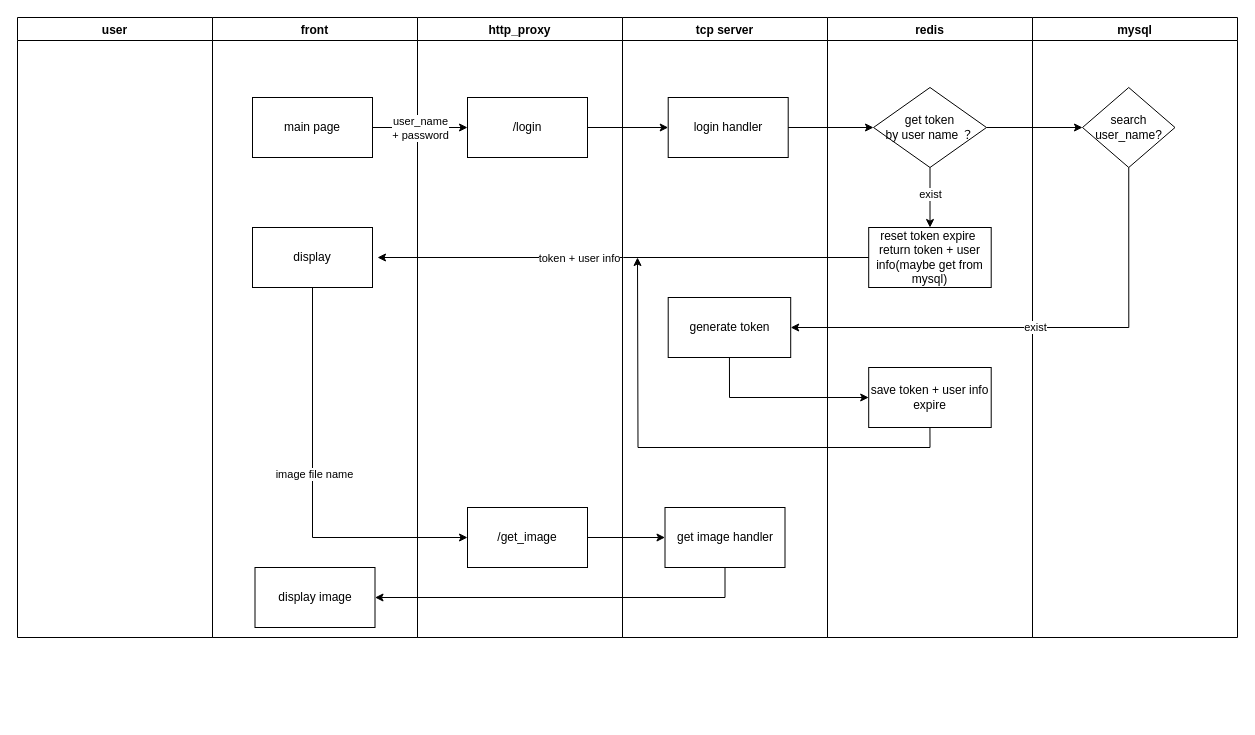
Before: network/loginflow.drawio in xiaobaiTech/image, a draw.io diagram. Source tidied: cells renumbered, new cells numbered last; positions are measured from the earlier drawing's top-left corner, leaving out a move shared by most shapes. Both pictures are drawn from the tidied source at 100%, with x=0, y=0 at pixel (17, 17).
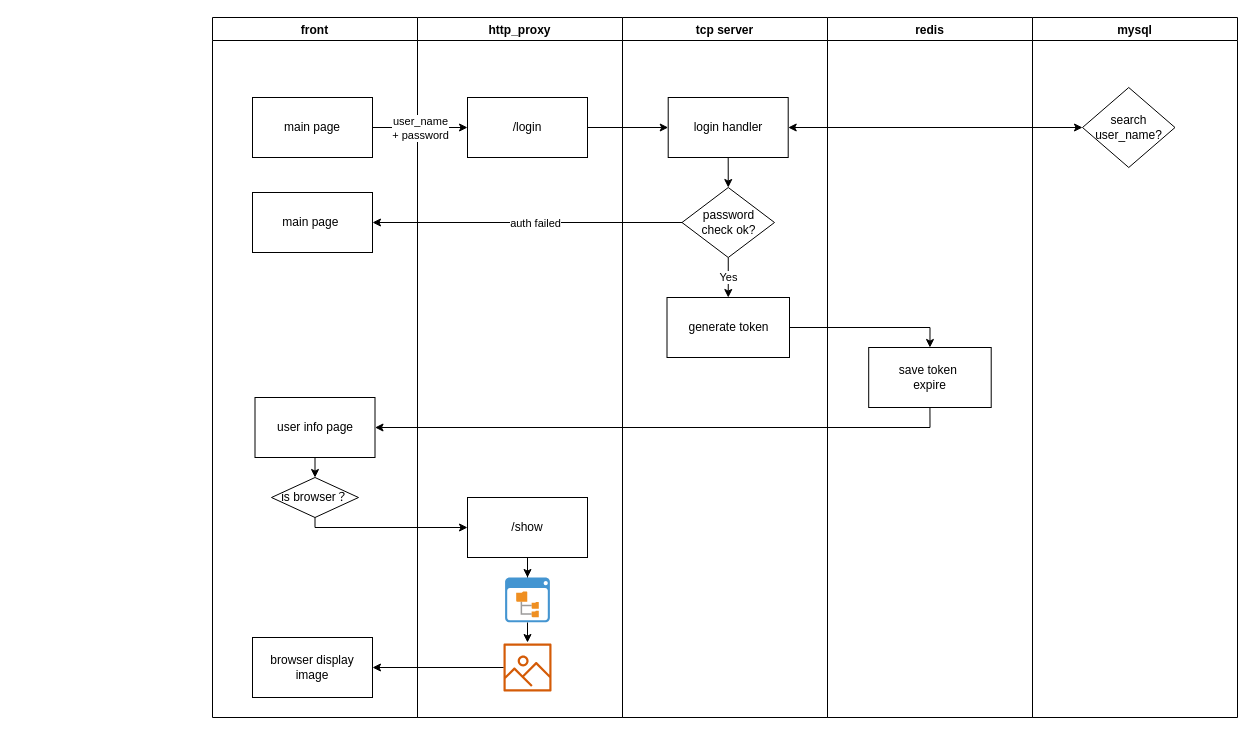
The same page after the edit.

Unchanged cells that the change refers to:
```xml
<mxCell id="11" value="login handler" style="rounded=0;whiteSpace=wrap;html=1;" parent="10" vertex="1">
  <mxGeometry x="45.7" y="80" width="120" height="60" as="geometry" />
</mxCell>
<mxCell id="21" value="search user_name?" style="rhombus;whiteSpace=wrap;html=1;" parent="20" vertex="1">
  <mxGeometry x="50" y="70" width="92.5" height="80" as="geometry" />
</mxCell>
```

What changed in the source:
```diff
@@
-    <mxCell id="2" value="user" style="swimlane;" parent="1" vertex="1">
-      <mxGeometry width="195" height="620" as="geometry" />
-    </mxCell>
     <mxCell id="3" value="front" style="swimlane;" parent="1" vertex="1">
-      <mxGeometry x="195" width="205" height="620" as="geometry" />
+      <mxGeometry x="195" width="205" height="700" as="geometry" />
     </mxCell>
@@
-    <mxCell id="5" value="display" style="rounded=0;whiteSpace=wrap;html=1;" parent="3" vertex="1">
-      <mxGeometry x="40" y="210" width="120" height="60" as="geometry" />
+    <mxCell id="5" value="main page&amp;nbsp;" style="rounded=0;whiteSpace=wrap;html=1;" parent="3" vertex="1">
+      <mxGeometry x="40" y="175" width="120" height="60" as="geometry" />
     </mxCell>
-    <mxCell id="6" value="display image" style="rounded=0;whiteSpace=wrap;html=1;" parent="3" vertex="1">
-      <mxGeometry x="42.5" y="550" width="120" height="60" as="geometry" />
+    <mxCell id="6" value="browser display image" style="rounded=0;whiteSpace=wrap;html=1;" parent="3" vertex="1">
+      <mxGeometry x="40" y="620" width="120" height="60" as="geometry" />
     </mxCell>
+    <mxCell id="37" style="edgeStyle=orthogonalEdgeStyle;rounded=0;jettySize=auto;html=1;exitX=0.5;exitY=1;exitDx=0;exitDy=0;entryX=0.5;entryY=0;entryDx=0;entryDy=0;startArrow=none;startFill=0;" parent="3" edge="1" source="38" target="39">
+      <mxGeometry relative="1" as="geometry" />
+    </mxCell>
+    <mxCell id="38" value="user info page" style="rounded=0;whiteSpace=wrap;html=1;" parent="3" vertex="1">
+      <mxGeometry x="42.5" y="380" width="120" height="60" as="geometry" />
+    </mxCell>
+    <mxCell id="39" value="is&amp;nbsp;browser？" style="rhombus;whiteSpace=wrap;html=1;" parent="3" vertex="1">
+      <mxGeometry x="59" y="460" width="87" height="40" as="geometry" />
+    </mxCell>
     <mxCell id="7" value="http_proxy" style="swimlane;" parent="1" vertex="1">
-      <mxGeometry x="400" width="205" height="620" as="geometry" />
+      <mxGeometry x="400" width="205" height="700" as="geometry" />
     </mxCell>
@@
+    <mxCell id="40" style="edgeStyle=orthogonalEdgeStyle;rounded=0;jettySize=auto;html=1;exitX=0.5;exitY=1;exitDx=0;exitDy=0;startArrow=none;startFill=0;" parent="7" edge="1" source="9" target="41">
+      <mxGeometry relative="1" as="geometry" />
+    </mxCell>
-    <mxCell id="9" value="/get_image" style="rounded=0;whiteSpace=wrap;html=1;" parent="7" vertex="1">
-      <mxGeometry x="50" y="490" width="120" height="60" as="geometry" />
+    <mxCell id="9" value="/show" style="rounded=0;whiteSpace=wrap;html=1;" parent="7" vertex="1">
+      <mxGeometry x="50" y="480" width="120" height="60" as="geometry" />
     </mxCell>
+    <mxCell id="41" style="shadow=0;dashed=0;html=1;strokeColor=none;fillColor=#4495D1;labelPosition=center;verticalLabelPosition=bottom;verticalAlign=top;align=center;outlineConnect=0;shape=mxgraph.veeam.2d.file_system_browser;" parent="7" vertex="1">
+      <mxGeometry x="87.6" y="560" width="44.8" height="44.8" as="geometry" />
+    </mxCell>
+    <mxCell id="42" style="sketch=0;outlineConnect=0;fontColor=#232F3E;gradientColor=none;fillColor=#D45B07;strokeColor=none;dashed=0;verticalLabelPosition=bottom;verticalAlign=top;align=center;html=1;fontSize=12;fontStyle=0;shape=mxgraph.aws4.container_registry_image;" parent="7" vertex="1">
+      <mxGeometry x="86" y="626" width="48" height="48" as="geometry" />
+    </mxCell>
     <mxCell id="10" value="tcp server" style="swimlane;" parent="1" vertex="1">
-      <mxGeometry x="605" width="205" height="620" as="geometry" />
+      <mxGeometry x="605" width="205" height="700" as="geometry" />
     </mxCell>
+    <mxCell id="43" style="edgeStyle=orthogonalEdgeStyle;rounded=0;jettySize=auto;html=1;exitX=0.5;exitY=1;exitDx=0;exitDy=0;entryX=0.5;entryY=0;entryDx=0;entryDy=0;startArrow=none;startFill=0;" parent="10" edge="1" source="11" target="45">
+      <mxGeometry relative="1" as="geometry" />
+    </mxCell>
@@
     <mxCell id="12" value="generate token" style="rounded=0;whiteSpace=wrap;html=1;" parent="10" vertex="1">
-      <mxGeometry x="45.7" y="280" width="122.5" height="60" as="geometry" />
+      <mxGeometry x="44.5" y="280" width="122.5" height="60" as="geometry" />
     </mxCell>
-    <mxCell id="13" value="get image handler" style="rounded=0;whiteSpace=wrap;html=1;" parent="10" vertex="1">
-      <mxGeometry x="42.5" y="490" width="120" height="60" as="geometry" />
-    </mxCell>
+    <mxCell id="44" value="Yes" style="edgeStyle=orthogonalEdgeStyle;rounded=0;jettySize=auto;html=1;exitX=0.5;exitY=1;exitDx=0;exitDy=0;entryX=0.5;entryY=0;entryDx=0;entryDy=0;startArrow=none;startFill=0;" parent="10" edge="1" source="45" target="12">
+      <mxGeometry relative="1" as="geometry" />
+    </mxCell>
+    <mxCell id="45" value="password &lt;br&gt;check ok?" style="rhombus;whiteSpace=wrap;html=1;" parent="10" vertex="1">
+      <mxGeometry x="59.5" y="170" width="92.5" height="70" as="geometry" />
+    </mxCell>
     <mxCell id="14" value="redis" style="swimlane;" parent="1" vertex="1">
-      <mxGeometry x="810" width="205" height="620" as="geometry" />
+      <mxGeometry x="810" width="205" height="700" as="geometry" />
     </mxCell>
-    <mxCell id="15" style="edgeStyle=orthogonalEdgeStyle;rounded=0;jettySize=auto;html=1;exitX=0.5;exitY=1;exitDx=0;exitDy=0;" parent="14" edge="1" source="17" target="18">
-      <mxGeometry relative="1" as="geometry" />
-    </mxCell>
-    <mxCell id="16" value="exist" style="edgeLabel;html=1;align=center;verticalAlign=middle;" parent="15" vertex="1">
-      <mxGeometry x="-0.13" relative="1" as="geometry" />
-    </mxCell>
-    <mxCell id="17" value="get token&lt;br&gt;by user name ？" style="rhombus;whiteSpace=wrap;html=1;" parent="14" vertex="1">
-      <mxGeometry x="46" y="70" width="113" height="80" as="geometry" />
-    </mxCell>
-    <mxCell id="18" value="reset token expire&amp;nbsp;&lt;br&gt;return token + user info(maybe get from mysql)" style="rounded=0;whiteSpace=wrap;html=1;" parent="14" vertex="1">
-      <mxGeometry x="41.2" y="210" width="122.5" height="60" as="geometry" />
-    </mxCell>
-    <mxCell id="19" value="save token + user info&lt;br&gt;expire" style="rounded=0;whiteSpace=wrap;html=1;" parent="14" vertex="1">
-      <mxGeometry x="41.2" y="350" width="122.5" height="60" as="geometry" />
+    <mxCell id="19" value="save token&amp;nbsp;&lt;br&gt;expire" style="rounded=0;whiteSpace=wrap;html=1;" parent="14" vertex="1">
+      <mxGeometry x="41.2" y="330" width="122.5" height="60" as="geometry" />
     </mxCell>
     <mxCell id="20" value="mysql" style="swimlane;" parent="1" vertex="1">
-      <mxGeometry x="1015" width="205" height="620" as="geometry" />
+      <mxGeometry x="1015" width="205" height="700" as="geometry" />
     </mxCell>
@@
-    <mxCell id="25" style="edgeStyle=orthogonalEdgeStyle;rounded=0;jettySize=auto;html=1;exitX=1;exitY=0.5;exitDx=0;exitDy=0;entryX=0;entryY=0.5;entryDx=0;entryDy=0;" parent="1" edge="1" source="11" target="17">
-      <mxGeometry relative="1" as="geometry" />
-    </mxCell>
-    <mxCell id="26" style="edgeStyle=orthogonalEdgeStyle;rounded=0;jettySize=auto;html=1;exitX=0;exitY=0.5;exitDx=0;exitDy=0;" parent="1" edge="1" source="18">
-      <mxGeometry relative="1" as="geometry">
-        <mxPoint x="360" y="240" as="targetPoint" />
-      </mxGeometry>
-    </mxCell>
-    <mxCell id="27" value="token + user info" style="edgeLabel;html=1;align=center;verticalAlign=middle;" parent="26" vertex="1">
-      <mxGeometry x="0.18" relative="1" as="geometry" />
-    </mxCell>
-    <mxCell id="28" style="edgeStyle=orthogonalEdgeStyle;rounded=0;jettySize=auto;html=1;exitX=1;exitY=0.5;exitDx=0;exitDy=0;" parent="1" edge="1" source="17" target="21">
-      <mxGeometry relative="1" as="geometry" />
-    </mxCell>
-    <mxCell id="29" style="edgeStyle=orthogonalEdgeStyle;rounded=0;jettySize=auto;html=1;exitX=0.5;exitY=1;exitDx=0;exitDy=0;entryX=1;entryY=0.5;entryDx=0;entryDy=0;" parent="1" edge="1" source="21" target="12">
-      <mxGeometry relative="1" as="geometry" />
-    </mxCell>
-    <mxCell id="30" value="exist" style="edgeLabel;html=1;align=center;verticalAlign=middle;" parent="29" vertex="1">
-      <mxGeometry x="0.02" y="-1" relative="1" as="geometry" />
-    </mxCell>
+    <mxCell id="46" style="edgeStyle=orthogonalEdgeStyle;rounded=0;jettySize=auto;html=1;exitX=1;exitY=0.5;exitDx=0;exitDy=0;entryX=0;entryY=0.5;entryDx=0;entryDy=0;startArrow=classic;startFill=1;" parent="1" edge="1" source="11" target="21">
+      <mxGeometry relative="1" as="geometry" />
+    </mxCell>
+    <mxCell id="47" style="edgeStyle=orthogonalEdgeStyle;rounded=0;jettySize=auto;html=1;exitX=0;exitY=0.5;exitDx=0;exitDy=0;entryX=1;entryY=0.5;entryDx=0;entryDy=0;startArrow=none;startFill=0;" parent="1" edge="1" source="45" target="5">
+      <mxGeometry relative="1" as="geometry" />
+    </mxCell>
+    <mxCell id="48" value="auth failed" style="edgeLabel;html=1;align=center;verticalAlign=middle;" parent="47" vertex="1">
+      <mxGeometry x="-0.05" relative="1" as="geometry" />
+    </mxCell>
+    <mxCell id="49" style="edgeStyle=orthogonalEdgeStyle;rounded=0;jettySize=auto;html=1;exitX=0.5;exitY=1;exitDx=0;exitDy=0;entryX=1;entryY=0.5;entryDx=0;entryDy=0;startArrow=none;startFill=0;" parent="1" edge="1" source="19" target="38">
+      <mxGeometry relative="1" as="geometry" />
+    </mxCell>
+    <mxCell id="50" style="edgeStyle=orthogonalEdgeStyle;rounded=0;jettySize=auto;html=1;exitX=0.5;exitY=1;exitDx=0;exitDy=0;entryX=0;entryY=0.5;entryDx=0;entryDy=0;startArrow=none;startFill=0;" parent="1" edge="1" source="39" target="9">
+      <mxGeometry relative="1" as="geometry">
+        <Array as="points">
+          <mxPoint x="298" y="510" />
+        </Array>
+      </mxGeometry>
+    </mxCell>
+    <mxCell id="51" style="edgeStyle=orthogonalEdgeStyle;rounded=0;orthogonalLoop=1;jettySize=auto;html=1;exitX=0.5;exitY=1;exitDx=0;exitDy=0;startArrow=none;startFill=0;" parent="1" edge="1">
+      <mxGeometry relative="1" as="geometry">
+        <mxPoint x="510" y="605" as="sourcePoint" />
+        <mxPoint x="510" y="625" as="targetPoint" />
+      </mxGeometry>
+    </mxCell>
+    <mxCell id="52" style="edgeStyle=orthogonalEdgeStyle;rounded=0;jettySize=auto;html=1;exitX=1;exitY=0.5;exitDx=0;exitDy=0;startArrow=classic;startFill=1;endArrow=none;endFill=0;" parent="1" edge="1" source="6" target="42">
+      <mxGeometry relative="1" as="geometry" />
+    </mxCell>
-    <mxCell id="31" style="edgeStyle=orthogonalEdgeStyle;rounded=0;jettySize=auto;html=1;exitX=0.5;exitY=1;exitDx=0;exitDy=0;entryX=0;entryY=0.5;entryDx=0;entryDy=0;" parent="1" edge="1" source="12" target="19">
+    <mxCell id="31" style="edgeStyle=orthogonalEdgeStyle;rounded=0;jettySize=auto;html=1;exitX=1;exitY=0.5;exitDx=0;exitDy=0;entryX=0.5;entryY=0;entryDx=0;entryDy=0;startArrow=none;startFill=0;endArrow=classic;endFill=1;" parent="1" edge="1" source="12" target="19">
       <mxGeometry relative="1" as="geometry" />
     </mxCell>
-    <mxCell id="32" style="edgeStyle=orthogonalEdgeStyle;rounded=0;jettySize=auto;html=1;exitX=0.5;exitY=1;exitDx=0;exitDy=0;" parent="1" edge="1" source="19">
-      <mxGeometry relative="1" as="geometry">
-        <mxPoint x="620" y="240" as="targetPoint" />
-      </mxGeometry>
-    </mxCell>
-    <mxCell id="33" style="edgeStyle=orthogonalEdgeStyle;rounded=0;jettySize=auto;html=1;exitX=1;exitY=0.5;exitDx=0;exitDy=0;entryX=0;entryY=0.5;entryDx=0;entryDy=0;" parent="1" edge="1" source="9" target="13">
-      <mxGeometry relative="1" as="geometry" />
-    </mxCell>
-    <mxCell id="34" style="edgeStyle=orthogonalEdgeStyle;rounded=0;jettySize=auto;html=1;exitX=0.5;exitY=1;exitDx=0;exitDy=0;entryX=1;entryY=0.5;entryDx=0;entryDy=0;" parent="1" edge="1" source="13" target="6">
-      <mxGeometry relative="1" as="geometry" />
-    </mxCell>
-    <mxCell id="35" style="edgeStyle=orthogonalEdgeStyle;rounded=0;jettySize=auto;html=1;exitX=0.5;exitY=1;exitDx=0;exitDy=0;entryX=0;entryY=0.5;entryDx=0;entryDy=0;" parent="1" edge="1" source="5" target="9">
-      <mxGeometry relative="1" as="geometry" />
-    </mxCell>
-    <mxCell id="36" value="image file name" style="edgeLabel;html=1;align=center;verticalAlign=middle;" parent="35" vertex="1">
-      <mxGeometry x="-0.08" y="1" relative="1" as="geometry" />
-    </mxCell>
```
